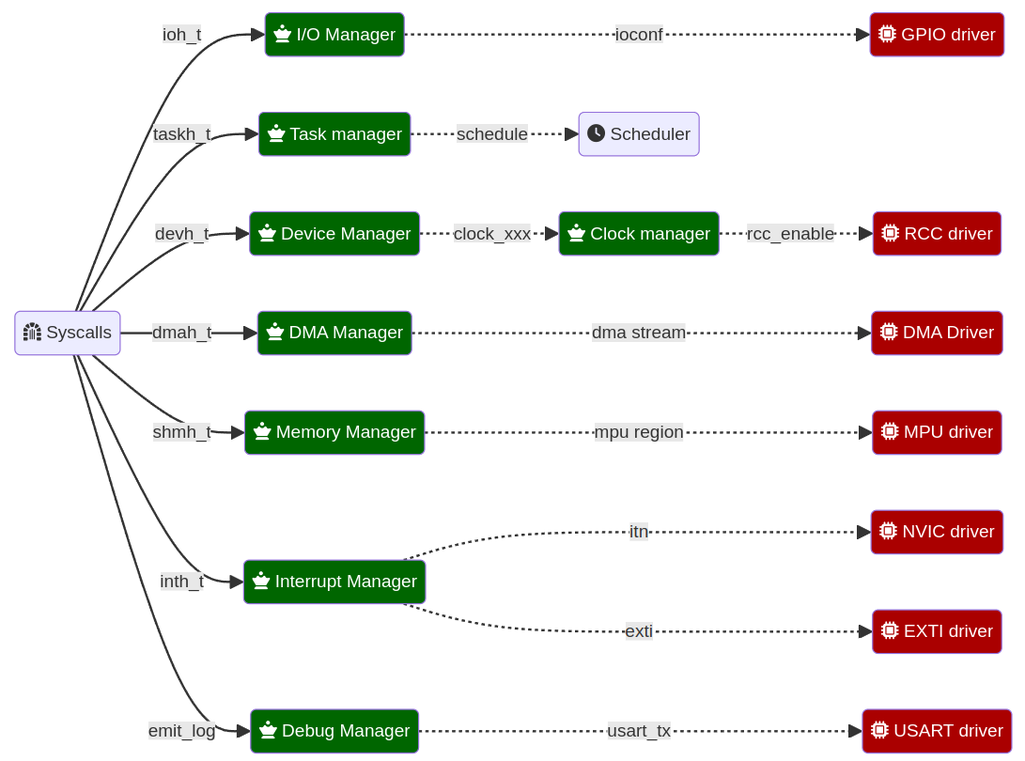
Before: doc/concepts/_static/figures/managers.png, a diagram exported from Mermaid (outpost-os/sentry-kernel). Its source is kept beside it as doc/concepts/_static/figures/managers.mermaid.
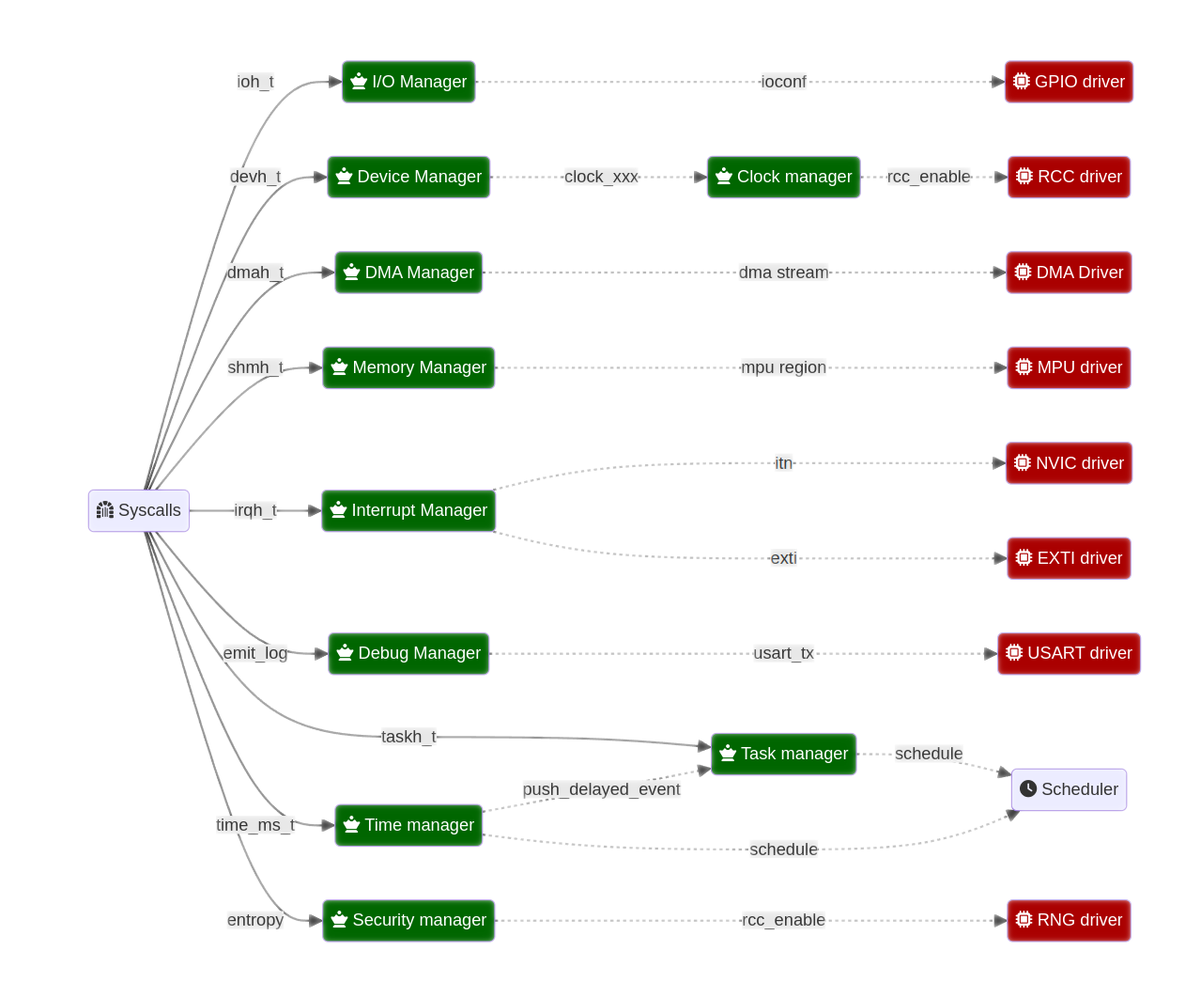
Later version of the same file.

Commit message:
doc: adding time manager to managers list

Change to the diagram source:
```diff
@@ -7,6 +7,8 @@
     A -->|emit_log| G(fa:fa-chess-queen Debug Manager):::manager
     C .->|clock_xxx| H(fa:fa-chess-queen Clock manager):::manager
     A -->|taskh_t| I(fa:fa-chess-queen Task manager):::manager
+    A -->|time_ms_t| J(fa:fa-chess-queen Time manager):::manager
+    A -->|entropy| K(fa:fa-chess-queen Security manager):::manager
 
     F -..->|itn| M(fa:fa-microchip NVIC driver):::bsp
     F -..->|exti| N(fa:fa-microchip EXTI driver):::bsp
@@ -15,7 +17,10 @@
     B -..->|ioconf| Q(fa:fa-microchip GPIO driver):::bsp
     G -..->|usart_tx| R(fa:fa-microchip USART driver):::bsp
     H -.->|rcc_enable| S(fa:fa-microchip RCC driver):::bsp
+    K -..->|rcc_enable| U(fa:fa-microchip RNG driver):::bsp
     I .->|schedule| T(fa:fa-clock Scheduler)
+    J .->|schedule| T(fa:fa-clock Scheduler)
+    J .->|push_delayed_event| I
 
     classDef bsp fill:#a00,color:#fff
     classDef manager fill:#060,color:#fff
```
